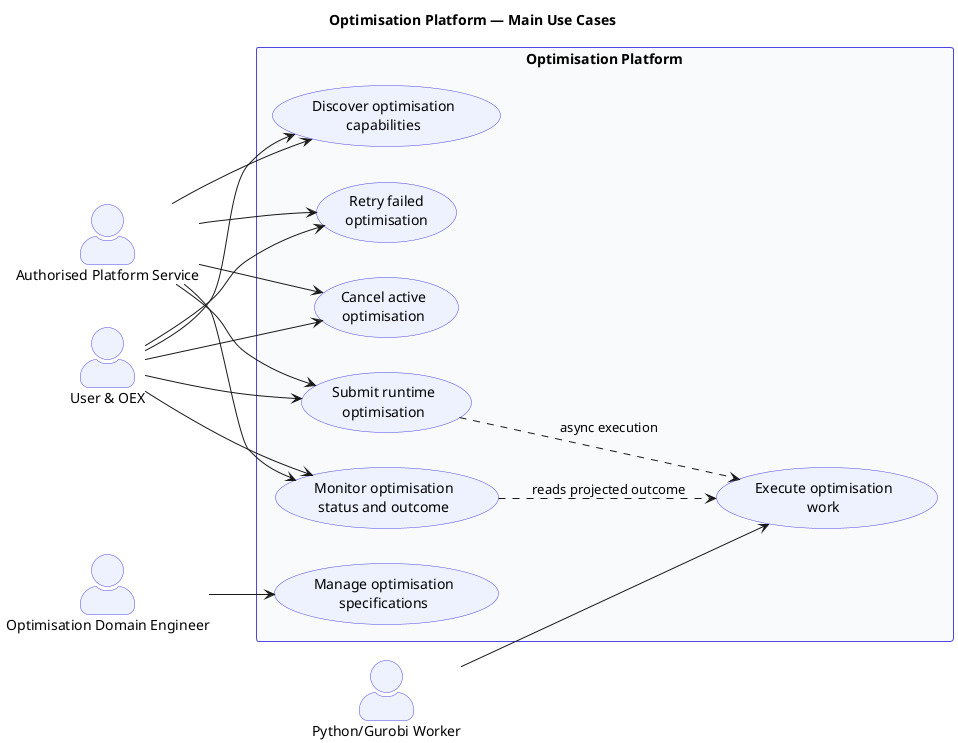
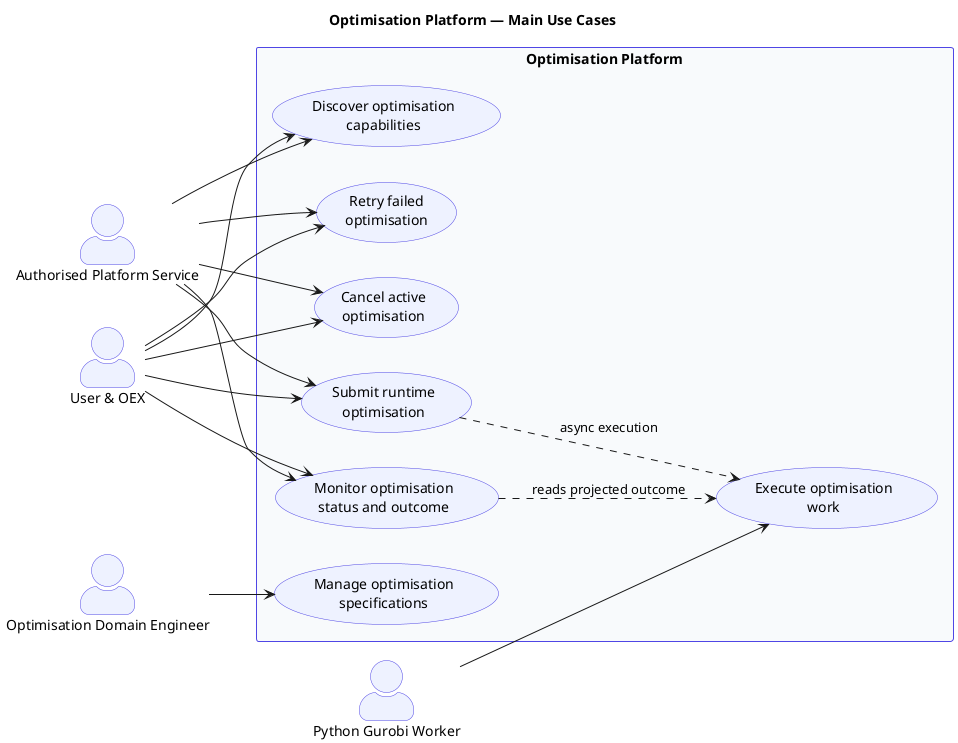
@startuml
title Optimisation Platform — Main Use Cases

left to right direction

skinparam packageStyle rectangle
skinparam actorStyle awesome
skinparam usecaseBorderColor #4F46E5
skinparam usecaseBackgroundColor #EEF2FF
skinparam actorBorderColor #4F46E5
skinparam actorBackgroundColor #EEF2FF
skinparam rectangleBorderColor #4F46E5
skinparam rectangleBackgroundColor #F8FAFC

actor "User & OEX" as UserOEX
actor "Authorised Platform Service" as PlatformService
actor "Optimisation Domain Engineer" as DomainEngineer
- actor "Python/Gurobi Worker" as Worker
+ actor "Python Gurobi Worker" as Worker

rectangle "Optimisation Platform" {
  usecase "Discover optimisation\ncapabilities" as UC_Discover
  usecase "Manage optimisation\nspecifications" as UC_ManageSpecs
  usecase "Submit runtime\noptimisation" as UC_Submit
  usecase "Monitor optimisation\nstatus and outcome" as UC_Monitor
  usecase "Cancel active\noptimisation" as UC_Cancel
  usecase "Retry failed\noptimisation" as UC_Retry
  usecase "Execute optimisation\nwork" as UC_Execute
}

UserOEX --> UC_Discover
UserOEX --> UC_Submit
UserOEX --> UC_Monitor
UserOEX --> UC_Cancel
UserOEX --> UC_Retry

PlatformService --> UC_Discover
PlatformService --> UC_Submit
PlatformService --> UC_Monitor
PlatformService --> UC_Cancel
PlatformService --> UC_Retry

DomainEngineer --> UC_ManageSpecs

Worker --> UC_Execute

UC_Submit ..> UC_Execute : async execution
UC_Monitor ..> UC_Execute : reads projected outcome

@enduml
